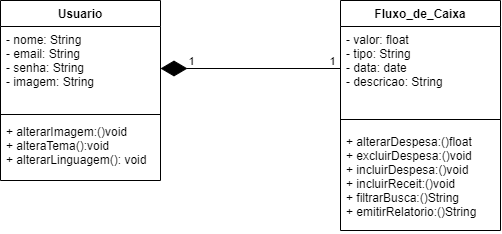
This is Diagramas/DespesaFacil_DiagramaClasse.png from flaviosenne/despesa-facil, a draw.io export, as it was before one commit. Source tidied: cells renumbered, new cells last; positions are measured from the earlier drawing's top-left corner, leaving out a move shared by most shapes.
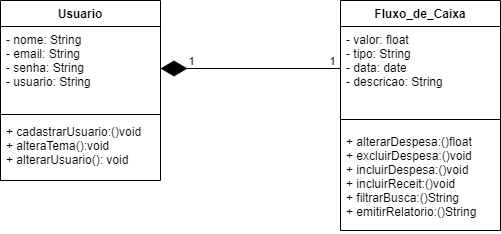
Later version of the same file.

Diff of the diagram source:
```diff
@@ -17,13 +17,13 @@
     <mxCell id="6" value="Usuario" style="swimlane;fontStyle=1;align=center;verticalAlign=top;horizontal=1;startSize=26;" parent="1" vertex="1">
       <mxGeometry width="160" height="180" as="geometry" />
     </mxCell>
-    <mxCell id="7" value="- nome: String&#10;- email: String&#10;- senha: String&#10;- imagem: String" style="text;strokeColor=none;fillColor=none;align=left;verticalAlign=top;spacingLeft=4;spacingRight=4;overflow=hidden;points=[[0,0.5],[1,0.5]];portConstraint=eastwest;" parent="6" vertex="1">
+    <mxCell id="7" value="- nome: String&#10;- email: String&#10;- senha: String&#10;- usuario: String" style="text;strokeColor=none;fillColor=none;align=left;verticalAlign=top;spacingLeft=4;spacingRight=4;overflow=hidden;points=[[0,0.5],[1,0.5]];portConstraint=eastwest;" parent="6" vertex="1">
       <mxGeometry y="26" width="160" height="84" as="geometry" />
     </mxCell>
     <mxCell id="8" style="line;strokeWidth=1;fillColor=none;align=left;verticalAlign=middle;spacingTop=-1;spacingLeft=3;spacingRight=3;labelPosition=right;" parent="6" vertex="1">
       <mxGeometry y="110" width="160" height="8" as="geometry" />
     </mxCell>
-    <mxCell id="9" value="+ alterarImagem:()void&#10;+ alteraTema():void&#10;+ alterarLinguagem(): void" style="text;strokeColor=none;fillColor=none;align=left;verticalAlign=top;spacingLeft=4;spacingRight=4;overflow=hidden;" parent="6" vertex="1">
+    <mxCell id="9" value="+ cadastrarUsuario:()void&#10;+ alteraTema():void&#10;+ alterarUsuario(): void" style="text;strokeColor=none;fillColor=none;align=left;verticalAlign=top;spacingLeft=4;spacingRight=4;overflow=hidden;" parent="6" vertex="1">
       <mxGeometry y="118" width="160" height="62" as="geometry" />
     </mxCell>
     <mxCell id="10" style="endArrow=diamondThin;endFill=1;endSize=24;html=1;entryX=1;entryY=0.5;entryDx=0;entryDy=0;exitX=0;exitY=0.5;exitDx=0;exitDy=0;" parent="1" edge="1" source="3" target="7">
```
